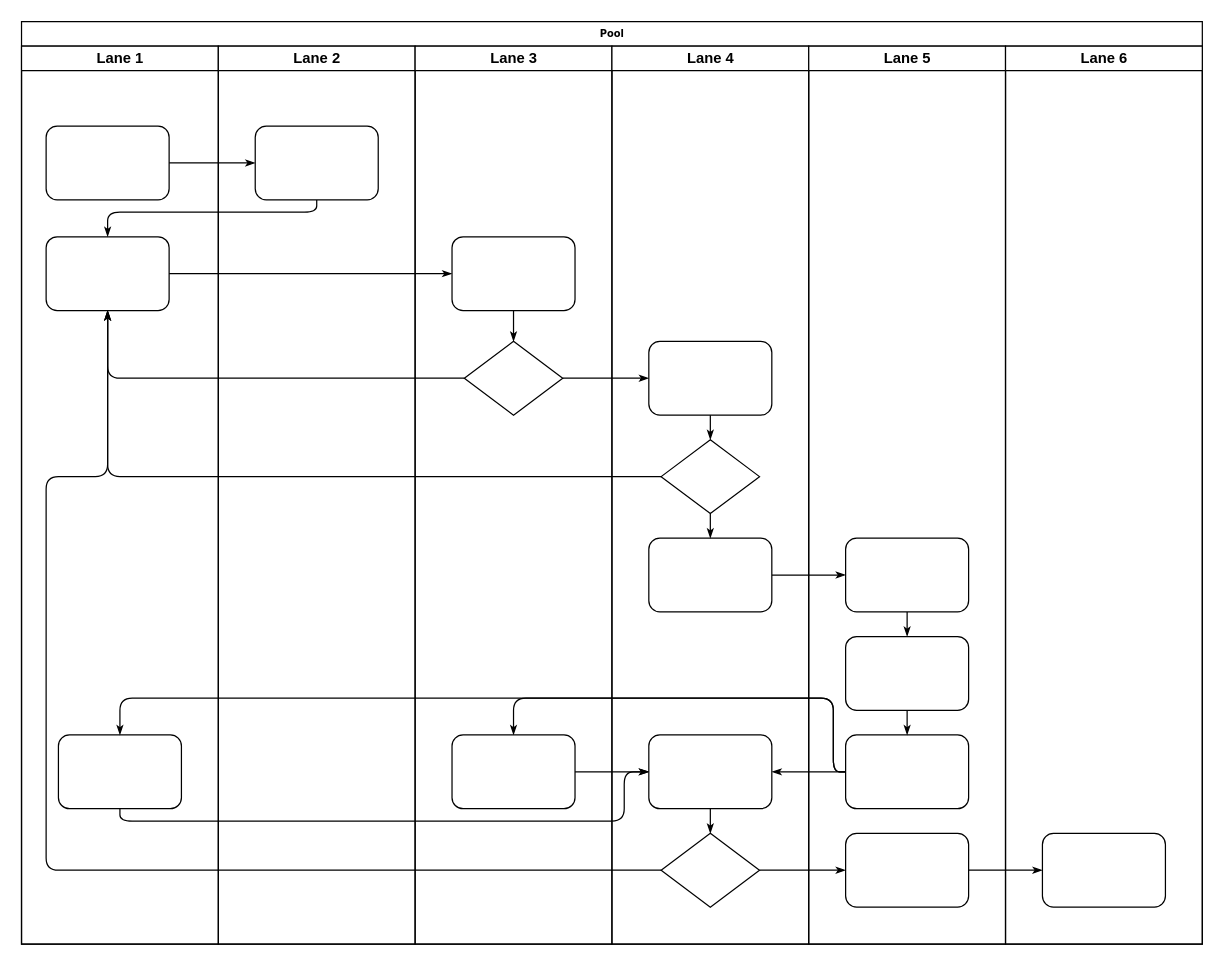
LittleCoolguy/drawPicture keeps this draw.io diagram as 配置中心业务流程图.drawio. Above is the earlier version. Source tidied: cells renumbered, new cells numbered last; positions are measured from the earlier drawing's top-left corner, leaving out a move shared by most shapes. Both pictures are drawn from the tidied source at 123%, with x=0, y=0 at pixel (21, 21).
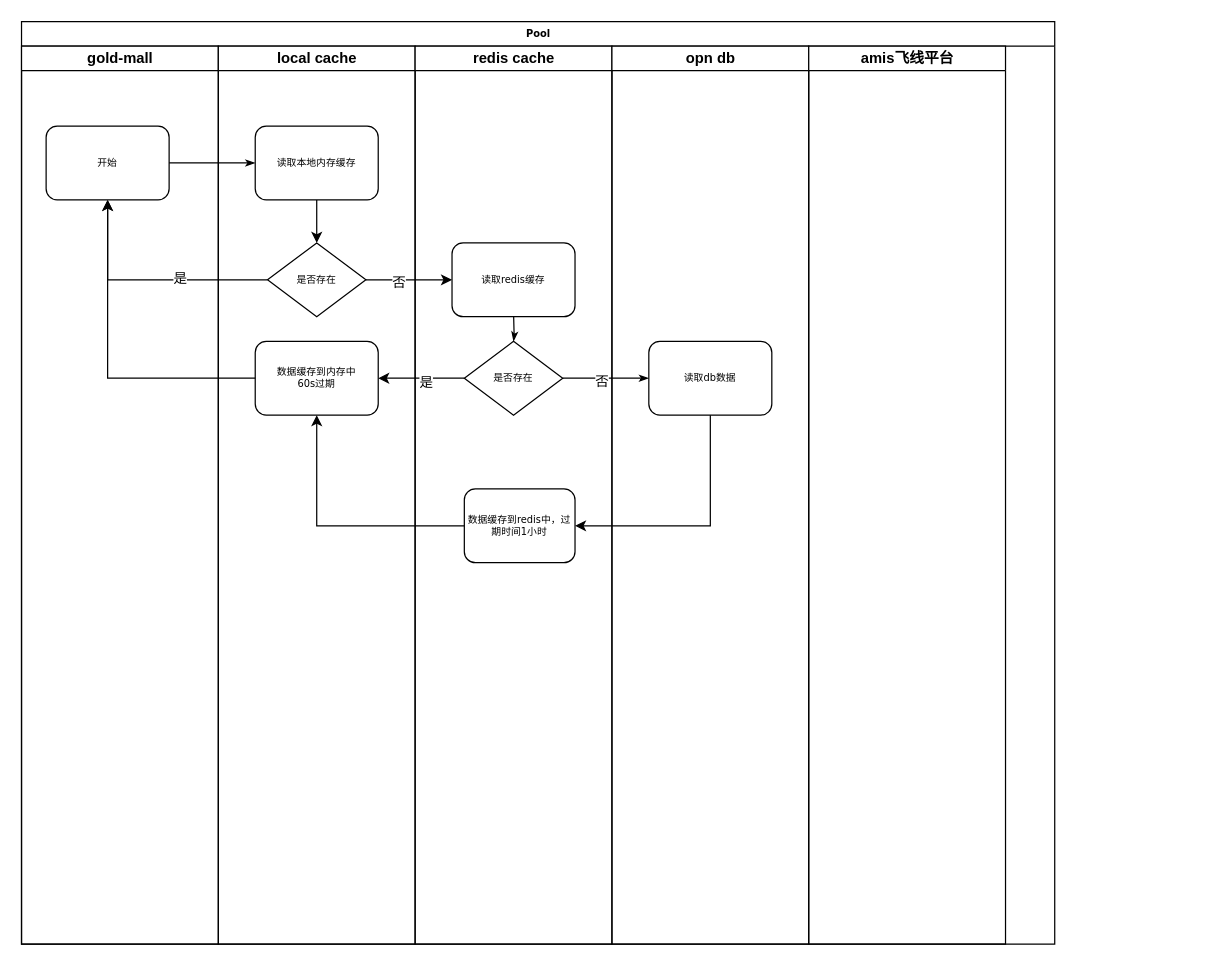
The same diagram, later.

Commit message:
更新配置中心业务流程图.drawio

The change refers to these unchanged cells:
```xml
<mxCell id="13" style="edgeStyle=orthogonalEdgeStyle;rounded=1;html=1;labelBackgroundColor=none;startArrow=none;startFill=0;startSize=5;endArrow=classicThin;endFill=1;endSize=5;jettySize=auto;strokeWidth=1;fontFamily=Verdana;fontSize=8;" parent="2" edge="1" source="26" target="30">
  <mxGeometry relative="1" as="geometry" />
</mxCell>
```

Diff of the diagram source:
```diff
@@
     <mxCell id="2" value="Pool" style="swimlane;html=1;startSize=20;rounded=0;shadow=0;labelBackgroundColor=none;strokeWidth=1;fontFamily=Verdana;fontSize=8;align=center;" parent="1" vertex="1">
-      <mxGeometry width="960" height="750" as="geometry" />
+      <mxGeometry width="840" height="750" as="geometry" />
     </mxCell>
-    <mxCell id="3" value="Lane 1" style="swimlane;html=1;startSize=20;" parent="2" vertex="1">
+    <mxCell id="3" value="gold-mall" style="swimlane;html=1;startSize=20;" parent="2" vertex="1">
       <mxGeometry y="20" width="160" height="730" as="geometry" />
     </mxCell>
-    <mxCell id="4" style="rounded=1;whiteSpace=wrap;html=1;shadow=0;labelBackgroundColor=none;strokeWidth=1;fontFamily=Verdana;fontSize=8;align=center;" parent="3" vertex="1">
+    <mxCell id="4" value="开始" style="rounded=1;whiteSpace=wrap;html=1;shadow=0;labelBackgroundColor=none;strokeWidth=1;fontFamily=Verdana;fontSize=8;align=center;" parent="3" vertex="1">
       <mxGeometry x="20" y="65" width="100" height="60" as="geometry" />
     </mxCell>
-    <mxCell id="5" style="rounded=1;whiteSpace=wrap;html=1;shadow=0;labelBackgroundColor=none;strokeWidth=1;fontFamily=Verdana;fontSize=8;align=center;" parent="3" vertex="1">
-      <mxGeometry x="20" y="155" width="100" height="60" as="geometry" />
-    </mxCell>
-    <mxCell id="6" style="rounded=1;whiteSpace=wrap;html=1;shadow=0;labelBackgroundColor=none;strokeWidth=1;fontFamily=Verdana;fontSize=8;align=center;" parent="3" vertex="1">
-      <mxGeometry x="30" y="560" width="100" height="60" as="geometry" />
-    </mxCell>
@@
-    <mxCell id="8" style="edgeStyle=orthogonalEdgeStyle;rounded=1;html=1;labelBackgroundColor=none;startArrow=none;startFill=0;startSize=5;endArrow=classicThin;endFill=1;endSize=5;jettySize=auto;strokeWidth=1;fontFamily=Verdana;fontSize=8;" parent="2" edge="1" source="23" target="5">
-      <mxGeometry relative="1" as="geometry">
-        <Array as="points">
-          <mxPoint x="240" y="155" />
-          <mxPoint x="70" y="155" />
-        </Array>
-      </mxGeometry>
-    </mxCell>
-    <mxCell id="9" style="edgeStyle=orthogonalEdgeStyle;rounded=1;html=1;labelBackgroundColor=none;startArrow=none;startFill=0;startSize=5;endArrow=classicThin;endFill=1;endSize=5;jettySize=auto;strokeWidth=1;fontFamily=Verdana;fontSize=8;" parent="2" edge="1" source="5" target="25">
-      <mxGeometry relative="1" as="geometry" />
-    </mxCell>
-    <mxCell id="10" style="edgeStyle=orthogonalEdgeStyle;rounded=1;html=1;labelBackgroundColor=none;startArrow=none;startFill=0;startSize=5;endArrow=classicThin;endFill=1;endSize=5;jettySize=auto;strokeWidth=1;fontFamily=Verdana;fontSize=8;" parent="2" edge="1" source="26" target="5">
-      <mxGeometry relative="1" as="geometry" />
-    </mxCell>
-    <mxCell id="11" style="edgeStyle=orthogonalEdgeStyle;rounded=1;html=1;labelBackgroundColor=none;startArrow=none;startFill=0;startSize=5;endArrow=classicThin;endFill=1;endSize=5;jettySize=auto;strokeWidth=1;fontFamily=Verdana;fontSize=8;" parent="2" edge="1" source="31" target="5">
-      <mxGeometry relative="1" as="geometry" />
-    </mxCell>
-    <mxCell id="12" style="edgeStyle=orthogonalEdgeStyle;rounded=1;html=1;labelBackgroundColor=none;startArrow=none;startFill=0;startSize=5;endArrow=classicThin;endFill=1;endSize=5;jettySize=auto;strokeWidth=1;fontFamily=Verdana;fontSize=8;" parent="2" edge="1" source="34" target="5">
-      <mxGeometry relative="1" as="geometry">
-        <Array as="points">
-          <mxPoint x="20" y="690" />
-          <mxPoint x="20" y="370" />
-          <mxPoint x="70" y="370" />
-        </Array>
-      </mxGeometry>
-    </mxCell>
@@
-    <mxCell id="14" style="edgeStyle=orthogonalEdgeStyle;rounded=1;html=1;labelBackgroundColor=none;startArrow=none;startFill=0;startSize=5;endArrow=classicThin;endFill=1;endSize=5;jettySize=auto;strokeWidth=1;fontFamily=Verdana;fontSize=8;" parent="2" edge="1" source="34" target="42">
-      <mxGeometry relative="1" as="geometry" />
-    </mxCell>
-    <mxCell id="15" style="edgeStyle=orthogonalEdgeStyle;rounded=1;html=1;labelBackgroundColor=none;startArrow=none;startFill=0;startSize=5;endArrow=classicThin;endFill=1;endSize=5;jettySize=auto;strokeWidth=1;fontFamily=Verdana;fontSize=8;" parent="2" edge="1" source="42" target="46">
-      <mxGeometry relative="1" as="geometry" />
-    </mxCell>
-    <mxCell id="16" style="edgeStyle=orthogonalEdgeStyle;rounded=1;html=1;labelBackgroundColor=none;startArrow=none;startFill=0;startSize=5;endArrow=classicThin;endFill=1;endSize=5;jettySize=auto;strokeWidth=1;fontFamily=Verdana;fontSize=8;" parent="2" edge="1" source="32" target="39">
-      <mxGeometry relative="1" as="geometry" />
-    </mxCell>
-    <mxCell id="17" style="edgeStyle=orthogonalEdgeStyle;rounded=1;html=1;labelBackgroundColor=none;startArrow=none;startFill=0;startSize=5;endArrow=classicThin;endFill=1;endSize=5;jettySize=auto;strokeWidth=1;fontFamily=Verdana;fontSize=8;" parent="2" edge="1" source="41" target="27">
-      <mxGeometry relative="1" as="geometry">
-        <Array as="points">
-          <mxPoint x="660" y="610" />
-          <mxPoint x="660" y="550" />
-          <mxPoint x="400" y="550" />
-        </Array>
-      </mxGeometry>
-    </mxCell>
-    <mxCell id="18" style="edgeStyle=orthogonalEdgeStyle;rounded=1;html=1;labelBackgroundColor=none;startArrow=none;startFill=0;startSize=5;endArrow=classicThin;endFill=1;endSize=5;jettySize=auto;strokeColor=#000000;strokeWidth=1;fontFamily=Verdana;fontSize=8;fontColor=#000000;" parent="2" edge="1" source="41" target="33">
-      <mxGeometry relative="1" as="geometry" />
-    </mxCell>
-    <mxCell id="19" style="edgeStyle=orthogonalEdgeStyle;rounded=1;html=1;labelBackgroundColor=none;startArrow=none;startFill=0;startSize=5;endArrow=classicThin;endFill=1;endSize=5;jettySize=auto;strokeWidth=1;fontFamily=Verdana;fontSize=8;" parent="2" edge="1" source="41" target="6">
-      <mxGeometry relative="1" as="geometry">
-        <Array as="points">
-          <mxPoint x="660" y="610" />
-          <mxPoint x="660" y="550" />
-          <mxPoint x="80" y="550" />
-        </Array>
-      </mxGeometry>
-    </mxCell>
-    <mxCell id="20" style="edgeStyle=orthogonalEdgeStyle;rounded=1;html=1;labelBackgroundColor=none;startArrow=none;startFill=0;startSize=5;endArrow=classicThin;endFill=1;endSize=5;jettySize=auto;strokeWidth=1;fontFamily=Verdana;fontSize=8;" parent="2" edge="1" source="6" target="33">
-      <mxGeometry relative="1" as="geometry">
-        <Array as="points">
-          <mxPoint x="80" y="650" />
-          <mxPoint x="490" y="650" />
-          <mxPoint x="490" y="610" />
-        </Array>
-      </mxGeometry>
-    </mxCell>
-    <mxCell id="21" style="edgeStyle=orthogonalEdgeStyle;rounded=1;html=1;labelBackgroundColor=none;startArrow=none;startFill=0;startSize=5;endArrow=classicThin;endFill=1;endSize=5;jettySize=auto;strokeWidth=1;fontFamily=Verdana;fontSize=8;" parent="2" edge="1" source="27" target="33">
-      <mxGeometry relative="1" as="geometry" />
-    </mxCell>
+    <mxCell id="47" value="否" style="edgeLabel;html=1;align=center;verticalAlign=middle;" parent="13" vertex="1">
+      <mxGeometry x="-0.11" y="-2" relative="1" as="geometry" />
+    </mxCell>
-    <mxCell id="22" value="Lane 2" style="swimlane;html=1;startSize=20;" parent="2" vertex="1">
+    <mxCell id="22" value="local cache" style="swimlane;html=1;startSize=20;" parent="2" vertex="1">
       <mxGeometry x="160" y="20" width="160" height="730" as="geometry" />
     </mxCell>
+    <mxCell id="48" style="edgeStyle=orthogonalEdgeStyle;rounded=0;jettySize=auto;html=1;" parent="22" edge="1" source="23" target="49">
+      <mxGeometry relative="1" as="geometry" />
+    </mxCell>
-    <mxCell id="23" style="rounded=1;whiteSpace=wrap;html=1;shadow=0;labelBackgroundColor=none;strokeWidth=1;fontFamily=Verdana;fontSize=8;align=center;" parent="22" vertex="1">
+    <mxCell id="23" value="读取本地内存缓存" style="rounded=1;whiteSpace=wrap;html=1;shadow=0;labelBackgroundColor=none;strokeWidth=1;fontFamily=Verdana;fontSize=8;align=center;" parent="22" vertex="1">
       <mxGeometry x="30" y="65" width="100" height="60" as="geometry" />
     </mxCell>
+    <mxCell id="49" value="是否存在" style="rhombus;whiteSpace=wrap;html=1;rounded=0;shadow=0;labelBackgroundColor=none;strokeWidth=1;fontFamily=Verdana;fontSize=8;align=center;" parent="22" vertex="1">
+      <mxGeometry x="40" y="160" width="80" height="60" as="geometry" />
+    </mxCell>
+    <mxCell id="50" value="数据缓存到内存中&lt;div&gt;60s过期&lt;/div&gt;" style="rounded=1;whiteSpace=wrap;html=1;shadow=0;labelBackgroundColor=none;strokeWidth=1;fontFamily=Verdana;fontSize=8;align=center;" parent="22" vertex="1">
+      <mxGeometry x="30" y="240" width="100" height="60" as="geometry" />
+    </mxCell>
-    <mxCell id="24" value="Lane 3" style="swimlane;html=1;startSize=20;" parent="2" vertex="1">
+    <mxCell id="24" value="redis cache" style="swimlane;html=1;startSize=20;" parent="2" vertex="1">
       <mxGeometry x="320" y="20" width="160" height="730" as="geometry" />
     </mxCell>
-    <mxCell id="25" style="rounded=1;whiteSpace=wrap;html=1;shadow=0;labelBackgroundColor=none;strokeWidth=1;fontFamily=Verdana;fontSize=8;align=center;" parent="24" vertex="1">
-      <mxGeometry x="30" y="155" width="100" height="60" as="geometry" />
-    </mxCell>
-    <mxCell id="26" style="rhombus;whiteSpace=wrap;html=1;rounded=0;shadow=0;labelBackgroundColor=none;strokeWidth=1;fontFamily=Verdana;fontSize=8;align=center;" parent="24" vertex="1">
+    <mxCell id="26" value="是否存在" style="rhombus;whiteSpace=wrap;html=1;rounded=0;shadow=0;labelBackgroundColor=none;strokeWidth=1;fontFamily=Verdana;fontSize=8;align=center;" parent="24" vertex="1">
       <mxGeometry x="40" y="240" width="80" height="60" as="geometry" />
     </mxCell>
-    <mxCell id="27" style="rounded=1;whiteSpace=wrap;html=1;shadow=0;labelBackgroundColor=none;strokeWidth=1;fontFamily=Verdana;fontSize=8;align=center;" parent="24" vertex="1">
-      <mxGeometry x="30" y="560" width="100" height="60" as="geometry" />
-    </mxCell>
-    <mxCell id="28" style="edgeStyle=orthogonalEdgeStyle;rounded=1;html=1;labelBackgroundColor=none;startArrow=none;startFill=0;startSize=5;endArrow=classicThin;endFill=1;endSize=5;jettySize=auto;strokeWidth=1;fontFamily=Verdana;fontSize=8;" parent="24" edge="1" source="25" target="26">
-      <mxGeometry relative="1" as="geometry" />
+    <mxCell id="28" style="edgeStyle=orthogonalEdgeStyle;rounded=1;html=1;labelBackgroundColor=none;startArrow=none;startFill=0;startSize=5;endArrow=classicThin;endFill=1;endSize=5;jettySize=auto;strokeWidth=1;fontFamily=Verdana;fontSize=8;" parent="24" edge="1" target="26">
+      <mxGeometry relative="1" as="geometry">
+        <mxPoint x="80" y="215" as="sourcePoint" />
+      </mxGeometry>
     </mxCell>
+    <mxCell id="51" value="读取redis缓存" style="rounded=1;whiteSpace=wrap;html=1;shadow=0;labelBackgroundColor=none;strokeWidth=1;fontFamily=Verdana;fontSize=8;align=center;" parent="24" vertex="1">
+      <mxGeometry x="30" y="160" width="100" height="60" as="geometry" />
+    </mxCell>
+    <mxCell id="52" value="数据缓存到redis中，过期时间1小时" style="rounded=1;whiteSpace=wrap;html=1;shadow=0;labelBackgroundColor=none;strokeWidth=1;fontFamily=Verdana;fontSize=8;align=center;" parent="24" vertex="1">
+      <mxGeometry x="40" y="360" width="90" height="60" as="geometry" />
+    </mxCell>
-    <mxCell id="29" value="Lane 4" style="swimlane;html=1;startSize=20;" parent="2" vertex="1">
+    <mxCell id="29" value="opn db" style="swimlane;html=1;startSize=20;" parent="2" vertex="1">
       <mxGeometry x="480" y="20" width="160" height="730" as="geometry" />
     </mxCell>
-    <mxCell id="30" style="rounded=1;whiteSpace=wrap;html=1;shadow=0;labelBackgroundColor=none;strokeWidth=1;fontFamily=Verdana;fontSize=8;align=center;" parent="29" vertex="1">
+    <mxCell id="30" value="读取db数据" style="rounded=1;whiteSpace=wrap;html=1;shadow=0;labelBackgroundColor=none;strokeWidth=1;fontFamily=Verdana;fontSize=8;align=center;" parent="29" vertex="1">
       <mxGeometry x="30" y="240" width="100" height="60" as="geometry" />
     </mxCell>
-    <mxCell id="31" style="rhombus;whiteSpace=wrap;html=1;rounded=0;shadow=0;labelBackgroundColor=none;strokeWidth=1;fontFamily=Verdana;fontSize=8;align=center;" parent="29" vertex="1">
-      <mxGeometry x="40" y="320" width="80" height="60" as="geometry" />
-    </mxCell>
-    <mxCell id="32" style="rounded=1;whiteSpace=wrap;html=1;shadow=0;labelBackgroundColor=none;strokeWidth=1;fontFamily=Verdana;fontSize=8;align=center;" parent="29" vertex="1">
-      <mxGeometry x="30" y="400" width="100" height="60" as="geometry" />
-    </mxCell>
-    <mxCell id="33" style="rounded=1;whiteSpace=wrap;html=1;shadow=0;labelBackgroundColor=none;strokeWidth=1;fontFamily=Verdana;fontSize=8;align=center;" parent="29" vertex="1">
-      <mxGeometry x="30" y="560" width="100" height="60" as="geometry" />
-    </mxCell>
-    <mxCell id="34" style="rhombus;whiteSpace=wrap;html=1;rounded=0;shadow=0;labelBackgroundColor=none;strokeWidth=1;fontFamily=Verdana;fontSize=8;align=center;" parent="29" vertex="1">
-      <mxGeometry x="40" y="640" width="80" height="60" as="geometry" />
-    </mxCell>
-    <mxCell id="35" style="edgeStyle=orthogonalEdgeStyle;rounded=1;html=1;labelBackgroundColor=none;startArrow=none;startFill=0;startSize=5;endArrow=classicThin;endFill=1;endSize=5;jettySize=auto;strokeColor=#000000;strokeWidth=1;fontFamily=Verdana;fontSize=8;fontColor=#000000;" parent="29" edge="1" source="30" target="31">
-      <mxGeometry relative="1" as="geometry" />
-    </mxCell>
-    <mxCell id="36" style="edgeStyle=orthogonalEdgeStyle;rounded=1;html=1;labelBackgroundColor=none;startArrow=none;startFill=0;startSize=5;endArrow=classicThin;endFill=1;endSize=5;jettySize=auto;strokeWidth=1;fontFamily=Verdana;fontSize=8;" parent="29" edge="1" source="31" target="32">
-      <mxGeometry relative="1" as="geometry" />
-    </mxCell>
-    <mxCell id="37" style="edgeStyle=orthogonalEdgeStyle;rounded=1;html=1;labelBackgroundColor=none;startArrow=none;startFill=0;startSize=5;endArrow=classicThin;endFill=1;endSize=5;jettySize=auto;strokeWidth=1;fontFamily=Verdana;fontSize=8;" parent="29" edge="1" source="33" target="34">
-      <mxGeometry relative="1" as="geometry" />
-    </mxCell>
-    <mxCell id="38" value="Lane 5" style="swimlane;html=1;startSize=20;" parent="2" vertex="1">
+    <mxCell id="38" value="amis飞线平台" style="swimlane;html=1;startSize=20;" parent="2" vertex="1">
       <mxGeometry x="640" y="20" width="160" height="730" as="geometry" />
     </mxCell>
-    <mxCell id="39" style="rounded=1;whiteSpace=wrap;html=1;shadow=0;labelBackgroundColor=none;strokeWidth=1;fontFamily=Verdana;fontSize=8;align=center;" parent="38" vertex="1">
-      <mxGeometry x="30" y="400" width="100" height="60" as="geometry" />
-    </mxCell>
-    <mxCell id="40" style="rounded=1;whiteSpace=wrap;html=1;shadow=0;labelBackgroundColor=none;strokeWidth=1;fontFamily=Verdana;fontSize=8;align=center;" parent="38" vertex="1">
-      <mxGeometry x="30" y="480" width="100" height="60" as="geometry" />
-    </mxCell>
-    <mxCell id="41" style="rounded=1;whiteSpace=wrap;html=1;shadow=0;labelBackgroundColor=none;strokeWidth=1;fontFamily=Verdana;fontSize=8;align=center;" parent="38" vertex="1">
-      <mxGeometry x="30" y="560" width="100" height="60" as="geometry" />
-    </mxCell>
-    <mxCell id="42" style="rounded=1;whiteSpace=wrap;html=1;shadow=0;labelBackgroundColor=none;strokeWidth=1;fontFamily=Verdana;fontSize=8;align=center;" parent="38" vertex="1">
-      <mxGeometry x="30" y="640" width="100" height="60" as="geometry" />
-    </mxCell>
-    <mxCell id="43" style="edgeStyle=orthogonalEdgeStyle;rounded=1;html=1;labelBackgroundColor=none;startArrow=none;startFill=0;startSize=5;endArrow=classicThin;endFill=1;endSize=5;jettySize=auto;strokeWidth=1;fontFamily=Verdana;fontSize=8;" parent="38" edge="1" source="39" target="40">
-      <mxGeometry relative="1" as="geometry" />
-    </mxCell>
-    <mxCell id="44" style="edgeStyle=orthogonalEdgeStyle;rounded=1;html=1;labelBackgroundColor=none;startArrow=none;startFill=0;startSize=5;endArrow=classicThin;endFill=1;endSize=5;jettySize=auto;strokeWidth=1;fontFamily=Verdana;fontSize=8;" parent="38" edge="1" source="40" target="41">
-      <mxGeometry relative="1" as="geometry" />
-    </mxCell>
-    <mxCell id="45" value="Lane 6" style="swimlane;html=1;startSize=20;" parent="2" vertex="1">
-      <mxGeometry x="800" y="20" width="160" height="730" as="geometry" />
-    </mxCell>
-    <mxCell id="46" style="rounded=1;whiteSpace=wrap;html=1;shadow=0;labelBackgroundColor=none;strokeWidth=1;fontFamily=Verdana;fontSize=8;align=center;" parent="45" vertex="1">
-      <mxGeometry x="30" y="640" width="100" height="60" as="geometry" />
-    </mxCell>
+    <mxCell id="53" style="edgeStyle=orthogonalEdgeStyle;rounded=0;jettySize=auto;html=1;entryX=0.5;entryY=1;entryDx=0;entryDy=0;" parent="2" edge="1" source="49" target="4">
+      <mxGeometry relative="1" as="geometry" />
+    </mxCell>
+    <mxCell id="54" value="是" style="edgeLabel;html=1;align=center;verticalAlign=middle;" parent="53" vertex="1">
+      <mxGeometry x="-0.26" y="-2" relative="1" as="geometry" />
+    </mxCell>
+    <mxCell id="55" style="edgeStyle=orthogonalEdgeStyle;rounded=0;jettySize=auto;html=1;" parent="2" edge="1" source="49" target="51">
+      <mxGeometry relative="1" as="geometry" />
+    </mxCell>
+    <mxCell id="56" value="否" style="edgeLabel;html=1;align=center;verticalAlign=middle;" parent="55" vertex="1">
+      <mxGeometry x="-0.26" y="-1" relative="1" as="geometry" />
+    </mxCell>
+    <mxCell id="57" style="edgeStyle=orthogonalEdgeStyle;rounded=0;jettySize=auto;html=1;entryX=1;entryY=0.5;entryDx=0;entryDy=0;" parent="2" edge="1" source="26" target="50">
+      <mxGeometry relative="1" as="geometry" />
+    </mxCell>
+    <mxCell id="58" value="是" style="edgeLabel;html=1;align=center;verticalAlign=middle;" parent="57" vertex="1">
+      <mxGeometry x="-0.09" y="3" relative="1" as="geometry" />
+    </mxCell>
+    <mxCell id="59" style="edgeStyle=orthogonalEdgeStyle;rounded=0;jettySize=auto;html=1;entryX=1;entryY=0.5;entryDx=0;entryDy=0;" parent="2" edge="1" source="30" target="52">
+      <mxGeometry relative="1" as="geometry">
+        <Array as="points">
+          <mxPoint x="560" y="410" />
+        </Array>
+      </mxGeometry>
+    </mxCell>
+    <mxCell id="60" style="edgeStyle=orthogonalEdgeStyle;rounded=0;jettySize=auto;html=1;entryX=0.5;entryY=1;entryDx=0;entryDy=0;" parent="2" edge="1" source="52" target="50">
+      <mxGeometry relative="1" as="geometry" />
+    </mxCell>
+    <mxCell id="61" style="edgeStyle=orthogonalEdgeStyle;rounded=0;jettySize=auto;html=1;entryX=0.5;entryY=1;entryDx=0;entryDy=0;" parent="2" edge="1" source="50" target="4">
+      <mxGeometry relative="1" as="geometry" />
+    </mxCell>
```
